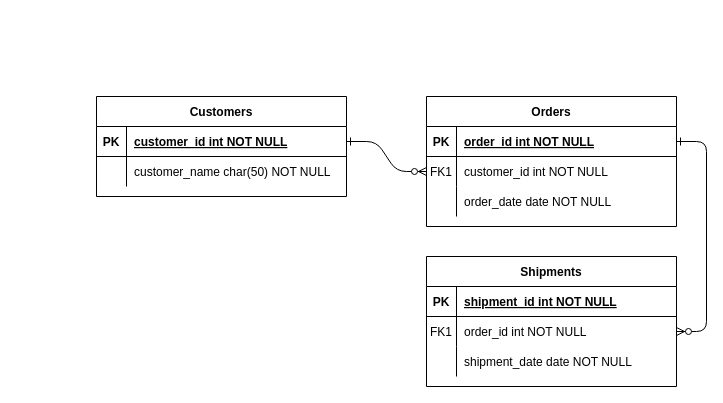
The draw.io diagram pkmndraft.drawio in getll/pkmndraft, before the edit. Source tidied: cells renumbered, new cells numbered last; positions are measured from the earlier drawing's top-left corner, leaving out a move shared by most shapes. Both pictures are drawn from the tidied source at 100%, with x=0, y=0 at pixel (96, 96).
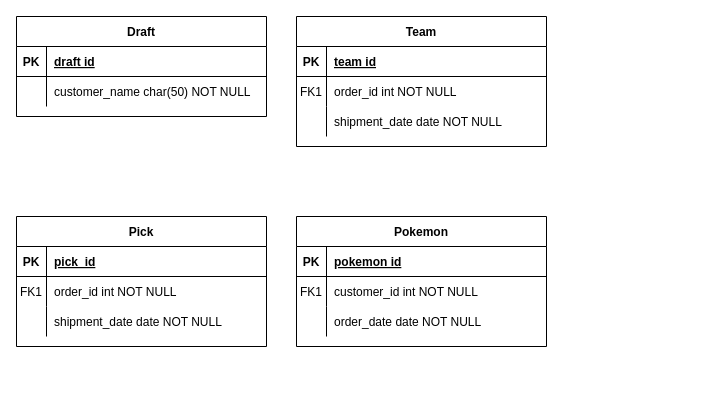
After the change.

The change refers to these unchanged cells:
```xml
<mxCell id="5" style="shape=partialRectangle;fillColor=none;points=[[0,0.5],[1,0.5]];portConstraint=eastwest;top=0;left=0;right=0;bottom=1;" parent="4" vertex="1">
  <mxGeometry y="30" width="250" height="30" as="geometry" />
</mxCell>
<mxCell id="8" style="shape=partialRectangle;fillColor=none;points=[[0,0.5],[1,0.5]];portConstraint=eastwest;top=0;left=0;right=0;bottom=0;" parent="4" vertex="1">
  <mxGeometry y="60" width="250" height="30" as="geometry" />
</mxCell>
<mxCell id="15" style="shape=partialRectangle;fillColor=none;top=0;left=0;right=0;bottom=1;" parent="14" vertex="1">
  <mxGeometry y="30" width="250" height="30" as="geometry" />
</mxCell>
<mxCell id="18" style="shape=partialRectangle;fillColor=none;points=[[0,0.5],[1,0.5]];portConstraint=eastwest;top=0;left=0;right=0;bottom=0;" parent="14" vertex="1">
  <mxGeometry y="60" width="250" height="30" as="geometry" />
</mxCell>
<mxCell id="25" style="shape=partialRectangle;fillColor=none;points=[[0,0.5],[1,0.5]];portConstraint=eastwest;top=0;left=0;right=0;bottom=1;" parent="24" vertex="1">
  <mxGeometry y="30" width="250" height="30" as="geometry" />
</mxCell>
```

What changed in the source:
```diff
@@
-    <mxCell id="2" style="edgeStyle=entityRelationEdgeStyle;endArrow=ERzeroToMany;startArrow=ERone;endFill=1;startFill=0;" parent="1" edge="1" source="25" target="8">
-      <mxGeometry relative="1" as="geometry" />
-    </mxCell>
-    <mxCell id="3" style="edgeStyle=entityRelationEdgeStyle;endArrow=ERzeroToMany;startArrow=ERone;endFill=1;startFill=0;" parent="1" edge="1" source="5" target="18">
-      <mxGeometry relative="1" as="geometry" />
-    </mxCell>
-    <mxCell id="4" value="Orders" style="shape=table;startSize=30;childLayout=tableLayout;rowLines=0;fontStyle=1;align=center;" parent="1" vertex="1">
-      <mxGeometry x="330" width="250" height="130" as="geometry" />
+    <mxCell id="4" value="Pokemon" style="shape=table;startSize=30;childLayout=tableLayout;rowLines=0;fontStyle=1;align=center;" parent="1" vertex="1">
+      <mxGeometry x="200" y="120" width="250" height="130" as="geometry" />
     </mxCell>
@@
-    <mxCell id="7" value="order_id int NOT NULL " style="shape=partialRectangle;overflow=hidden;fillColor=none;top=0;left=0;bottom=0;right=0;align=left;spacingLeft=6;fontStyle=5;" parent="5" vertex="1">
+    <mxCell id="7" value="pokemon id" style="shape=partialRectangle;overflow=hidden;fillColor=none;top=0;left=0;bottom=0;right=0;align=left;spacingLeft=6;fontStyle=5;" parent="5" vertex="1">
       <mxGeometry x="30" width="220" height="30" as="geometry" />
     </mxCell>
@@
-    <mxCell id="14" value="Shipments" style="shape=table;startSize=30;childLayout=tableLayout;rowLines=0;fontStyle=1;align=center;" parent="1" vertex="1">
-      <mxGeometry x="330" y="160" width="250" height="130" as="geometry" />
+    <mxCell id="14" value="Team" style="shape=table;startSize=30;childLayout=tableLayout;rowLines=0;fontStyle=1;align=center;" parent="1" vertex="1">
+      <mxGeometry x="200" y="-80" width="250" height="130" as="geometry" />
     </mxCell>
@@
-    <mxCell id="17" value="shipment_id int NOT NULL " style="shape=partialRectangle;overflow=hidden;fillColor=none;top=0;left=0;bottom=0;right=0;align=left;spacingLeft=6;fontStyle=5;" parent="15" vertex="1">
+    <mxCell id="17" value="team id" style="shape=partialRectangle;overflow=hidden;fillColor=none;top=0;left=0;bottom=0;right=0;align=left;spacingLeft=6;fontStyle=5;" parent="15" vertex="1">
       <mxGeometry x="30" width="220" height="30" as="geometry" />
     </mxCell>
@@
-    <mxCell id="24" value="Customers" style="shape=table;startSize=30;childLayout=tableLayout;rowLines=0;fontStyle=1;align=center;" parent="1" vertex="1">
-      <mxGeometry width="250" height="100" as="geometry" />
+    <mxCell id="24" value="Draft" style="shape=table;startSize=30;childLayout=tableLayout;rowLines=0;fontStyle=1;align=center;" parent="1" vertex="1">
+      <mxGeometry x="-80" y="-80" width="250" height="100" as="geometry" />
     </mxCell>
@@
-    <mxCell id="27" value="customer_id int NOT NULL " style="shape=partialRectangle;overflow=hidden;fillColor=none;top=0;left=0;bottom=0;right=0;align=left;spacingLeft=6;fontStyle=5;" parent="25" vertex="1">
+    <mxCell id="27" value="draft id" style="shape=partialRectangle;overflow=hidden;fillColor=none;top=0;left=0;bottom=0;right=0;align=left;spacingLeft=6;fontStyle=5;" parent="25" vertex="1">
       <mxGeometry x="30" width="220" height="30" as="geometry" />
     </mxCell>
@@
+    <mxCell id="31" value="Pick" style="shape=table;startSize=30;childLayout=tableLayout;rowLines=0;fontStyle=1;align=center;" parent="1" vertex="1">
+      <mxGeometry x="-80" y="120" width="250" height="130" as="geometry" />
+    </mxCell>
+    <mxCell id="32" style="shape=partialRectangle;fillColor=none;top=0;left=0;right=0;bottom=1;" parent="31" vertex="1">
+      <mxGeometry y="30" width="250" height="30" as="geometry" />
+    </mxCell>
+    <mxCell id="33" value="PK" style="shape=partialRectangle;overflow=hidden;fillColor=none;top=0;left=0;bottom=0;right=0;fontStyle=1;" parent="32" vertex="1">
+      <mxGeometry width="30" height="30" as="geometry" />
+    </mxCell>
+    <mxCell id="34" value="pick_id" style="shape=partialRectangle;overflow=hidden;fillColor=none;top=0;left=0;bottom=0;right=0;align=left;spacingLeft=6;fontStyle=5;" parent="32" vertex="1">
+      <mxGeometry x="30" width="220" height="30" as="geometry" />
+    </mxCell>
+    <mxCell id="35" style="shape=partialRectangle;fillColor=none;top=0;left=0;right=0;bottom=0;" parent="31" vertex="1">
+      <mxGeometry y="60" width="250" height="30" as="geometry" />
+    </mxCell>
+    <mxCell id="36" value="FK1" style="shape=partialRectangle;overflow=hidden;fillColor=none;top=0;left=0;bottom=0;right=0;" parent="35" vertex="1">
+      <mxGeometry width="30" height="30" as="geometry" />
+    </mxCell>
+    <mxCell id="37" value="order_id int NOT NULL" style="shape=partialRectangle;overflow=hidden;fillColor=none;top=0;left=0;bottom=0;right=0;align=left;spacingLeft=6;" parent="35" vertex="1">
+      <mxGeometry x="30" width="220" height="30" as="geometry" />
+    </mxCell>
+    <mxCell id="38" style="shape=partialRectangle;fillColor=none;top=0;left=0;right=0;bottom=0;" parent="31" vertex="1">
+      <mxGeometry y="90" width="250" height="30" as="geometry" />
+    </mxCell>
+    <mxCell id="39" style="shape=partialRectangle;overflow=hidden;fillColor=none;top=0;left=0;bottom=0;right=0;" parent="38" vertex="1">
+      <mxGeometry width="30" height="30" as="geometry" />
+    </mxCell>
+    <mxCell id="40" value="shipment_date date NOT NULL" style="shape=partialRectangle;overflow=hidden;fillColor=none;top=0;left=0;bottom=0;right=0;align=left;spacingLeft=6;" parent="38" vertex="1">
+      <mxGeometry x="30" width="220" height="30" as="geometry" />
+    </mxCell>
```
